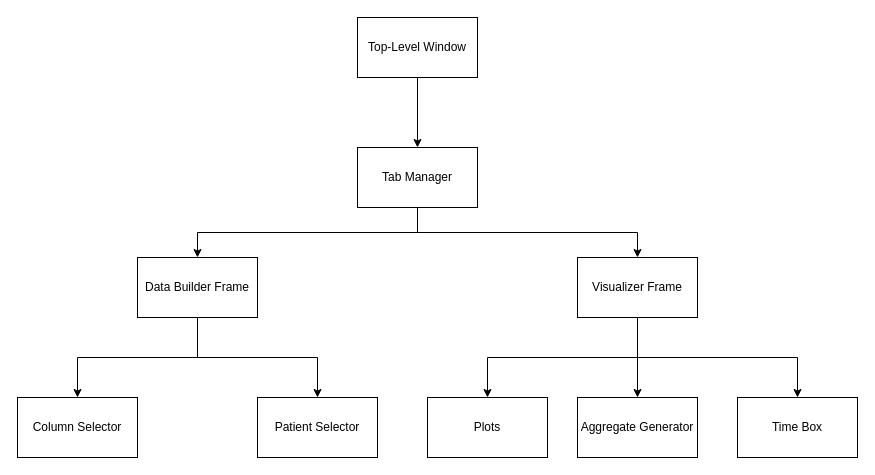
Before: page "Page-1" (1 of 2) of diagrams/RevisedUmlDiagrams.drawio in LukiePookie1/data-visualization-application, a draw.io diagram. Source tidied: cells renumbered, new cells numbered last; positions are measured from the earlier drawing's top-left corner, leaving out a move shared by most shapes. Both pictures are drawn from the tidied source at 100%, with x=0, y=0 at pixel (17, 17).
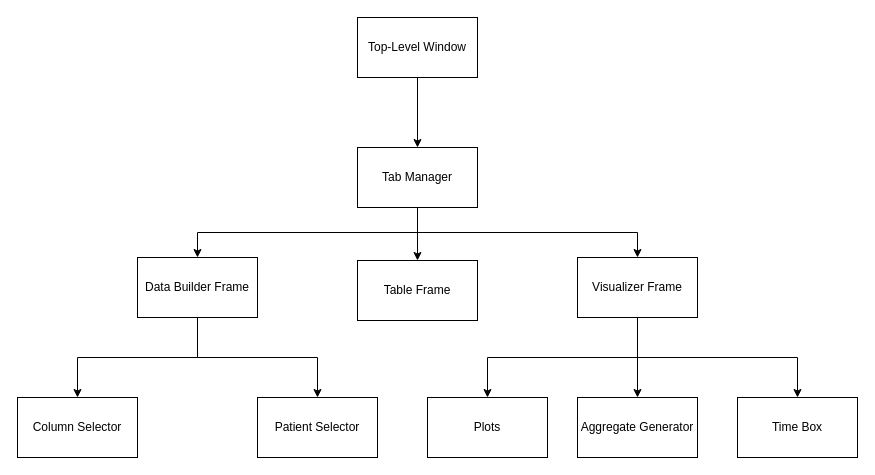
The same diagram, later.

Unchanged cells that the change refers to:
```xml
<mxCell id="6" value="Tab Manager" style="rounded=0;whiteSpace=wrap;html=1;" parent="1" vertex="1">
  <mxGeometry x="340" y="130" width="120" height="60" as="geometry" />
</mxCell>
```

Diff of the diagram source:
```diff
@@
-<mxGraphModel>
+<mxGraphModel background="#ffffff">
@@
+    <mxCell id="19" style="edgeStyle=orthogonalEdgeStyle;rounded=0;jettySize=auto;html=1;exitX=0.5;exitY=1;exitDx=0;exitDy=0;entryX=0.5;entryY=0;entryDx=0;entryDy=0;" parent="1" edge="1" source="6" target="20">
+      <mxGeometry relative="1" as="geometry" />
+    </mxCell>
@@
+    <mxCell id="20" value="Table Frame" style="whiteSpace=wrap;html=1;" parent="1" vertex="1">
+      <mxGeometry x="340" y="243" width="120" height="60" as="geometry" />
+    </mxCell>
```
